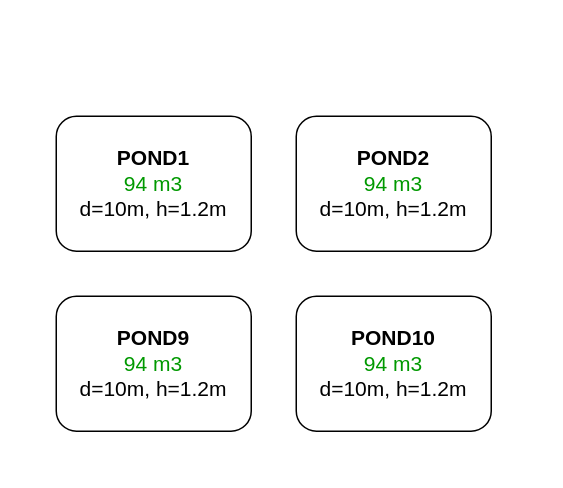
This is farm_factory_aquaponics.drawio from letrthang/design, a draw.io file, before an edit. Source tidied: cells renumbered, new cells numbered last; positions are measured from the earlier drawing's top-left corner, leaving out a move shared by most shapes. Both pictures are drawn from the tidied source at 150%, with x=0, y=0 at pixel (56, 116).
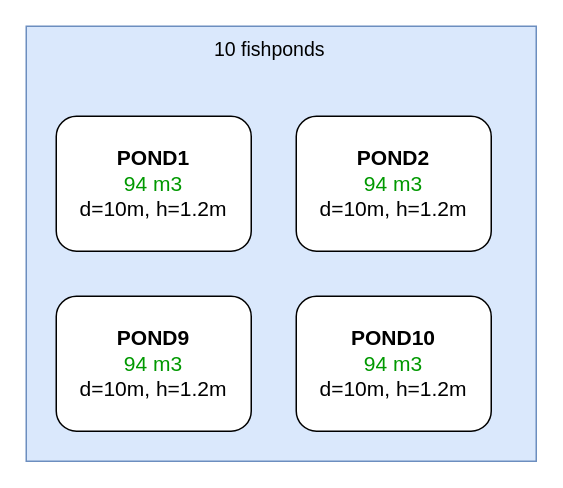
After the change.

What changed in the source:
```diff
@@
 <mxGraphModel>
   <root>
     <mxCell id="0" />
     <mxCell id="1" parent="0" />
+    <mxCell id="6" value="&lt;p&gt;&lt;br&gt;&lt;/p&gt;" style="rounded=0;whiteSpace=wrap;html=1;fillColor=#dae8fc;strokeColor=#6c8ebf;" parent="1" vertex="1">
+      <mxGeometry x="-20" y="-60" width="340" height="290" as="geometry" />
+    </mxCell>
     <mxCell id="2" value="&lt;b&gt;&lt;font style=&quot;font-size: 14px;&quot;&gt;POND1&lt;/font&gt;&lt;/b&gt;&lt;div&gt;&lt;font style=&quot;color: rgb(0, 153, 0); font-size: 14px;&quot;&gt;94 m3&lt;/font&gt;&lt;/div&gt;&lt;div&gt;&lt;font style=&quot;font-size: 14px;&quot;&gt;d=10m, h=1.2m&lt;/font&gt;&lt;/div&gt;" style="rounded=1;whiteSpace=wrap;html=1;" parent="1" vertex="1">
       <mxGeometry width="130" height="90" as="geometry" />
     </mxCell>
     <mxCell id="3" value="&lt;b&gt;&lt;font style=&quot;font-size: 14px;&quot;&gt;POND2&lt;/font&gt;&lt;/b&gt;&lt;div&gt;&lt;font style=&quot;color: rgb(0, 153, 0); font-size: 14px;&quot;&gt;94 m3&lt;/font&gt;&lt;/div&gt;&lt;div&gt;&lt;font style=&quot;font-size: 14px;&quot;&gt;d=10m, h=1.2m&lt;/font&gt;&lt;/div&gt;" style="rounded=1;whiteSpace=wrap;html=1;" parent="1" vertex="1">
       <mxGeometry x="160" width="130" height="90" as="geometry" />
     </mxCell>
     <mxCell id="4" value="&lt;b&gt;&lt;font style=&quot;font-size: 14px;&quot;&gt;POND9&lt;/font&gt;&lt;/b&gt;&lt;div&gt;&lt;font style=&quot;color: rgb(0, 153, 0); font-size: 14px;&quot;&gt;94 m3&lt;/font&gt;&lt;/div&gt;&lt;div&gt;&lt;font style=&quot;font-size: 14px;&quot;&gt;d=10m, h=1.2m&lt;/font&gt;&lt;/div&gt;" style="rounded=1;whiteSpace=wrap;html=1;" parent="1" vertex="1">
       <mxGeometry y="120" width="130" height="90" as="geometry" />
     </mxCell>
     <mxCell id="5" value="&lt;b&gt;&lt;font style=&quot;font-size: 14px;&quot;&gt;POND10&lt;/font&gt;&lt;/b&gt;&lt;div&gt;&lt;font style=&quot;color: rgb(0, 153, 0); font-size: 14px;&quot;&gt;94 m3&lt;/font&gt;&lt;/div&gt;&lt;div&gt;&lt;font style=&quot;font-size: 14px;&quot;&gt;d=10m, h=1.2m&lt;/font&gt;&lt;/div&gt;" style="rounded=1;whiteSpace=wrap;html=1;" parent="1" vertex="1">
       <mxGeometry x="160" y="120" width="130" height="90" as="geometry" />
     </mxCell>
+    <mxCell id="7" value="&lt;font style=&quot;font-size: 13px;&quot;&gt;10 fishponds&lt;/font&gt;" style="text;html=1;align=center;verticalAlign=middle;whiteSpace=wrap;rounded=0;" parent="1" vertex="1">
+      <mxGeometry x="70" y="-60" width="145" height="30" as="geometry" />
+    </mxCell>
   </root>
 </mxGraphModel>
```
